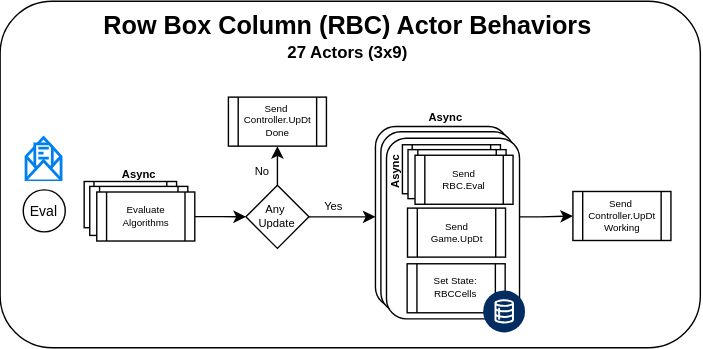
sunlao/py_sudoku_solver keeps this draw.io diagram as docs/diagrams/RBCActor.svg. Above is the earlier version. Source tidied: cells renumbered, new cells last; positions are measured from the earlier drawing's top-left corner, leaving out a move shared by most shapes.
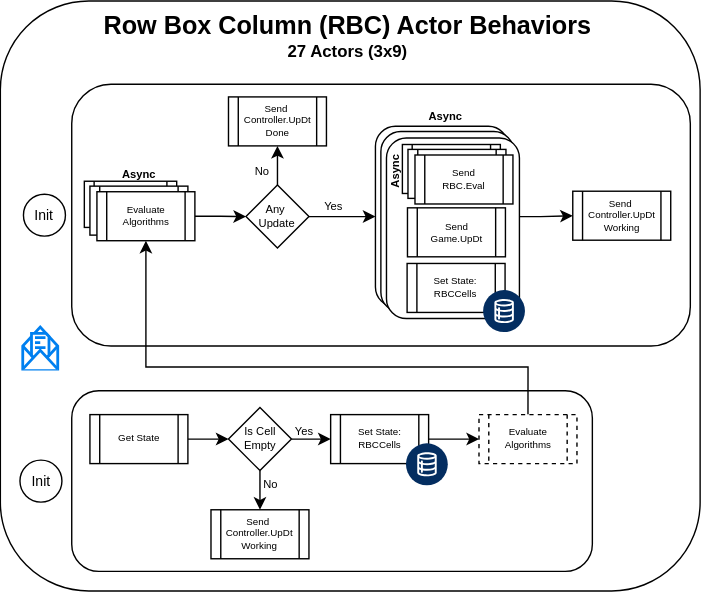
The same file after the commit.

The edit, as a diff of the source:
```diff
@@ -3,8 +3,14 @@
     <mxCell id="0" />
     <mxCell id="1" parent="0" />
     <mxCell id="2" style="rounded=1;whiteSpace=wrap;html=1;" parent="1" vertex="1">
-      <mxGeometry y="0.5" width="500" height="247.5" as="geometry" />
+      <mxGeometry y="0.5" width="500" height="421.5" as="geometry" />
     </mxCell>
+    <mxCell id="31" style="rounded=1;whiteSpace=wrap;html=1;" parent="1" vertex="1">
+      <mxGeometry x="51" y="279" width="372" height="129" as="geometry" />
+    </mxCell>
+    <mxCell id="32" style="rounded=1;whiteSpace=wrap;html=1;" parent="1" vertex="1">
+      <mxGeometry x="51" y="60" width="442" height="187" as="geometry" />
+    </mxCell>
     <mxCell id="3" style="edgeStyle=orthogonalEdgeStyle;rounded=0;jettySize=auto;html=1;" parent="1" edge="1" source="4" target="30">
       <mxGeometry relative="1" as="geometry" />
     </mxCell>
@@ -17,11 +23,11 @@
     <mxCell id="6" style="rounded=1;whiteSpace=wrap;html=1;" parent="1" vertex="1">
       <mxGeometry x="275.9" y="98.4" width="95" height="129" as="geometry" />
     </mxCell>
-    <mxCell id="7" value="Eval" style="ellipse;whiteSpace=wrap;html=1;fontSize=10;" parent="1" vertex="1">
-      <mxGeometry x="16.5" y="135.2" width="30" height="30" as="geometry" />
+    <mxCell id="7" value="Init" style="ellipse;whiteSpace=wrap;html=1;fontSize=10;" parent="1" vertex="1">
+      <mxGeometry x="16.5" y="138.5" width="30" height="30" as="geometry" />
     </mxCell>
     <mxCell id="8" style="html=1;verticalLabelPosition=bottom;align=center;labelBackgroundColor=#ffffff;verticalAlign=top;strokeWidth=2;strokeColor=#0080F0;shadow=0;dashed=0;shape=mxgraph.ios7.icons.envelope_(message);" parent="1" vertex="1">
-      <mxGeometry x="19" y="98.4" width="25" height="30" as="geometry" />
+      <mxGeometry x="16.5" y="234" width="25" height="30" as="geometry" />
     </mxCell>
     <mxCell id="9" value="Async" style="text;html=1;whiteSpace=wrap;strokeColor=none;fillColor=none;align=center;verticalAlign=middle;rounded=0;fontSize=8;fontStyle=1;" parent="1" vertex="1">
       <mxGeometry x="308.6" y="76.5" width="20" height="12.5" as="geometry" />
@@ -89,5 +95,52 @@
     <mxCell id="30" value="Send&amp;nbsp;&lt;div&gt;Controller.UpDt&lt;/div&gt;&lt;div&gt;Working&lt;/div&gt;" style="shape=process;whiteSpace=wrap;html=1;backgroundOutline=1;fontSize=7;" parent="1" vertex="1">
       <mxGeometry x="409" y="136.4" width="70" height="35" as="geometry" />
     </mxCell>
+    <mxCell id="33" value="Init" style="ellipse;whiteSpace=wrap;html=1;fontSize=10;" parent="1" vertex="1">
+      <mxGeometry x="14" y="328.5" width="30" height="30" as="geometry" />
+    </mxCell>
+    <mxCell id="34" style="edgeStyle=orthogonalEdgeStyle;rounded=0;jettySize=auto;html=1;" parent="1" edge="1" source="36" target="41">
+      <mxGeometry relative="1" as="geometry" />
+    </mxCell>
+    <mxCell id="35" style="edgeStyle=orthogonalEdgeStyle;rounded=0;jettySize=auto;html=1;entryX=0.5;entryY=0;entryDx=0;entryDy=0;" parent="1" edge="1" source="36" target="42">
+      <mxGeometry relative="1" as="geometry" />
+    </mxCell>
+    <mxCell id="36" value="Is Cell Empty" style="rhombus;whiteSpace=wrap;html=1;fontSize=8;" parent="1" vertex="1">
+      <mxGeometry x="163" y="291" width="45" height="45" as="geometry" />
+    </mxCell>
+    <mxCell id="37" style="edgeStyle=orthogonalEdgeStyle;rounded=0;jettySize=auto;html=1;entryX=0;entryY=0.5;entryDx=0;entryDy=0;" parent="1" edge="1" source="38" target="36">
+      <mxGeometry relative="1" as="geometry" />
+    </mxCell>
+    <mxCell id="38" value="Get State" style="shape=process;whiteSpace=wrap;html=1;backgroundOutline=1;fontSize=7;" parent="1" vertex="1">
+      <mxGeometry x="64" y="296" width="70" height="35" as="geometry" />
+    </mxCell>
+    <mxCell id="39" style="edgeStyle=orthogonalEdgeStyle;rounded=0;jettySize=auto;html=1;exitX=0.5;exitY=0;exitDx=0;exitDy=0;" parent="1" edge="1" source="46" target="26">
+      <mxGeometry relative="1" as="geometry">
+        <Array as="points">
+          <mxPoint x="377" y="262" />
+          <mxPoint x="104" y="262" />
+        </Array>
+      </mxGeometry>
+    </mxCell>
+    <mxCell id="40" style="edgeStyle=orthogonalEdgeStyle;rounded=0;jettySize=auto;html=1;" parent="1" edge="1" source="41" target="46">
+      <mxGeometry relative="1" as="geometry" />
+    </mxCell>
+    <mxCell id="41" value="Set State:&lt;div&gt;&lt;span style=&quot;background-color: transparent; color: light-dark(rgb(0, 0, 0), rgb(255, 255, 255));&quot;&gt;RBCCells&lt;/span&gt;&lt;/div&gt;" style="shape=process;whiteSpace=wrap;html=1;backgroundOutline=1;fontSize=7;" parent="1" vertex="1">
+      <mxGeometry x="236" y="296" width="70" height="35" as="geometry" />
+    </mxCell>
+    <mxCell id="42" value="Send&amp;nbsp;&lt;div&gt;Controller.UpDt&lt;/div&gt;&lt;div&gt;Working&lt;/div&gt;" style="shape=process;whiteSpace=wrap;html=1;backgroundOutline=1;fontSize=7;" parent="1" vertex="1">
+      <mxGeometry x="150.5" y="364" width="70" height="35" as="geometry" />
+    </mxCell>
+    <mxCell id="43" value="No" style="text;html=1;whiteSpace=wrap;strokeColor=none;fillColor=none;align=center;verticalAlign=middle;rounded=0;fontSize=8;" parent="1" vertex="1">
+      <mxGeometry x="183.8" y="340" width="20" height="12.5" as="geometry" />
+    </mxCell>
+    <mxCell id="44" value="Yes" style="text;html=1;whiteSpace=wrap;strokeColor=none;fillColor=none;align=center;verticalAlign=middle;rounded=0;fontSize=8;" parent="1" vertex="1">
+      <mxGeometry x="207" y="301.5" width="20" height="12.5" as="geometry" />
+    </mxCell>
+    <mxCell id="45" style="verticalLabelPosition=bottom;html=1;shape=mxgraph.salesforce.data2;fillColorStyles=fillColor2,fillColor3;fillColor2=#032d60;fillColor3=#ffffff;fillColor=none;strokeColor=none;" parent="1" vertex="1">
+      <mxGeometry x="290.3" y="317" width="30" height="30" as="geometry" />
+    </mxCell>
+    <mxCell id="46" value="Evaluate&lt;div&gt;Algorithms&lt;/div&gt;" style="shape=process;whiteSpace=wrap;html=1;backgroundOutline=1;fontSize=7;dashed=1;" parent="1" vertex="1">
+      <mxGeometry x="342" y="296" width="70" height="35" as="geometry" />
+    </mxCell>
   </root>
 </mxGraphModel>
```
